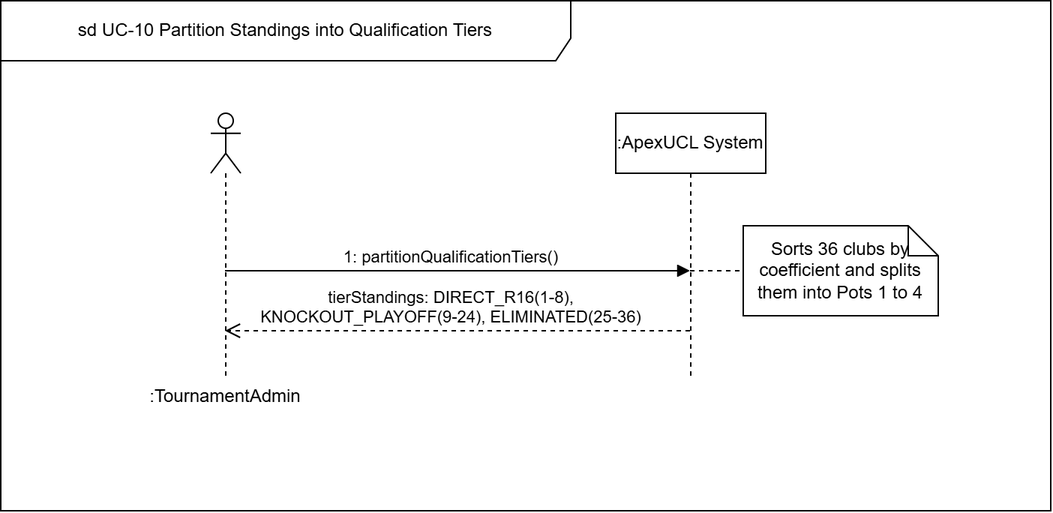
Before: docs/diagrams/ApexUCL_D4_SSDs-SSD_UC-10.drawio.png, a diagram exported from draw.io (PS128bit/ApexUCL). Source tidied: cells renumbered, new cells last; positions are measured from the earlier drawing's top-left corner, leaving out a move shared by most shapes. Its diagram source:
```xml
<mxGraphModel>
  <root>
    <mxCell id="0" />
    <mxCell id="1" parent="0" />
    <mxCell id="2" value="sd UC-10 Partition Standings into Qualification Tiers" style="shape=umlFrame;whiteSpace=wrap;html=1;width=380;height=40;" parent="1" vertex="1">
      <mxGeometry width="700" height="340" as="geometry" />
    </mxCell>
    <mxCell id="3" value=":TournamentAdmin" style="shape=umlLifeline;perimeter=lifelinePerimeter;whiteSpace=wrap;html=1;outlineConnect=0;portConstraint=eastwest;newEdgeStyle={&quot;edgeStyle&quot;:&quot;sequenceEdgeStyle&quot;,&quot;libavoidRouting&quot;:0,&quot;curved&quot;:0,&quot;rounded&quot;:0};participant=umlActor;labelPosition=center;verticalLabelPosition=bottom;align=center;verticalAlign=top;labelPerimeter=1;" parent="1" vertex="1">
      <mxGeometry x="140" y="75" width="20" height="175" as="geometry" />
    </mxCell>
    <mxCell id="4" style="edgeStyle=sequenceEdgeStyle;rounded=0;jettySize=auto;html=1;libavoidRouting=0;curved=0;defaultLabelBackgroundColor=page;endArrow=none;endFill=0;dashed=1;" parent="1" edge="1" source="5" target="8">
      <mxGeometry relative="1" as="geometry">
        <Array as="points">
          <mxPoint x="485" y="180" />
        </Array>
      </mxGeometry>
    </mxCell>
    <mxCell id="5" value=":ApexUCL System" style="shape=umlLifeline;perimeter=lifelinePerimeter;whiteSpace=wrap;html=1;outlineConnect=0;portConstraint=eastwest;newEdgeStyle={&quot;edgeStyle&quot;:&quot;sequenceEdgeStyle&quot;,&quot;libavoidRouting&quot;:0,&quot;curved&quot;:0,&quot;rounded&quot;:0};" parent="1" vertex="1">
      <mxGeometry x="410" y="75" width="100" height="175" as="geometry" />
    </mxCell>
    <mxCell id="6" value="1: partitionQualificationTiers()" style="html=1;verticalAlign=bottom;endArrow=block;edgeStyle=sequenceEdgeStyle;libavoidRouting=0;curved=0;rounded=0;defaultLabelBackgroundColor=page;" parent="1" edge="1" source="3" target="5">
      <mxGeometry x="-0.03" relative="1" as="geometry">
        <Array as="points">
          <mxPoint x="305" y="180" />
        </Array>
        <mxPoint x="-1" as="offset" />
      </mxGeometry>
    </mxCell>
    <mxCell id="7" value="tierStandings: DIRECT_R16(1-8),&lt;div&gt;KNOCKOUT_PLAYOFF(9-24), ELIMINATED(25-36)&lt;/div&gt;" style="html=1;verticalAlign=bottom;endArrow=open;dashed=1;endSize=8;edgeStyle=sequenceEdgeStyle;libavoidRouting=0;curved=0;rounded=0;defaultLabelBackgroundColor=page;" parent="1" edge="1" source="5" target="3">
      <mxGeometry x="0.03" relative="1" as="geometry">
        <Array as="points">
          <mxPoint x="304.5" y="220" />
        </Array>
        <mxPoint x="-1" as="offset" />
      </mxGeometry>
    </mxCell>
    <mxCell id="8" value="Sorts 36 clubs by coefficient and splits them into Pots 1 to 4" style="shape=note;size=20;whiteSpace=wrap;html=1;" parent="1" vertex="1">
      <mxGeometry x="495" y="150" width="130" height="60" as="geometry" />
    </mxCell>
  </root>
</mxGraphModel>
```
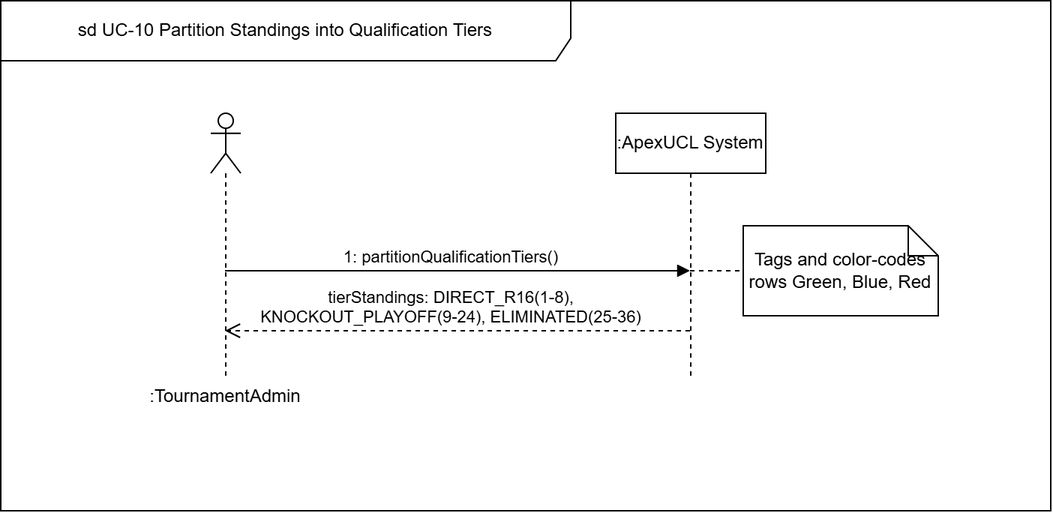
Later version of the same file.

What changed in the source:
```diff
@@ -34,7 +34,7 @@
         <mxPoint x="-1" as="offset" />
       </mxGeometry>
     </mxCell>
-    <mxCell id="8" value="Sorts 36 clubs by coefficient and splits them into Pots 1 to 4" style="shape=note;size=20;whiteSpace=wrap;html=1;" parent="1" vertex="1">
+    <mxCell id="8" value="Tags and color-codes rows Green, Blue, Red" style="shape=note;size=20;whiteSpace=wrap;html=1;" parent="1" vertex="1">
       <mxGeometry x="495" y="150" width="130" height="60" as="geometry" />
     </mxCell>
   </root>
```
